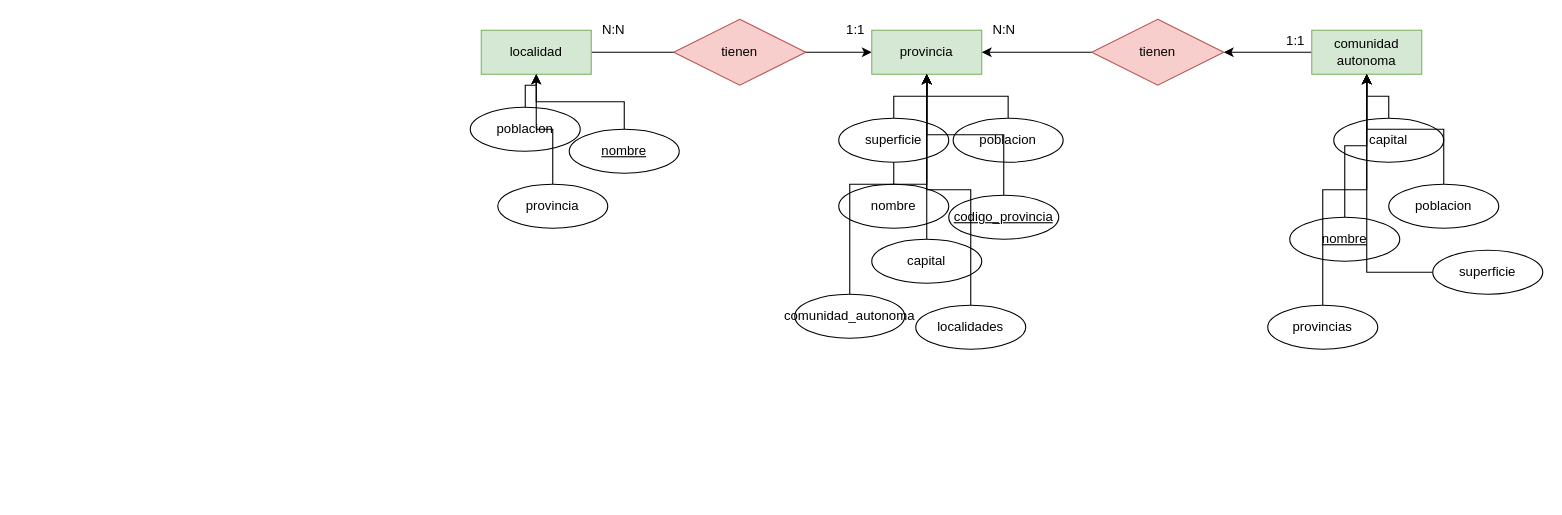
This is Reto 3.drawio from aramossanchez/Diagramas_ER, a draw.io file, before an edit. Source tidied: cells renumbered, new cells numbered last; positions are measured from the earlier drawing's top-left corner, leaving out a move shared by most shapes. Both pictures are drawn from the tidied source at 110%, with x=0, y=0 at pixel (470, 19).
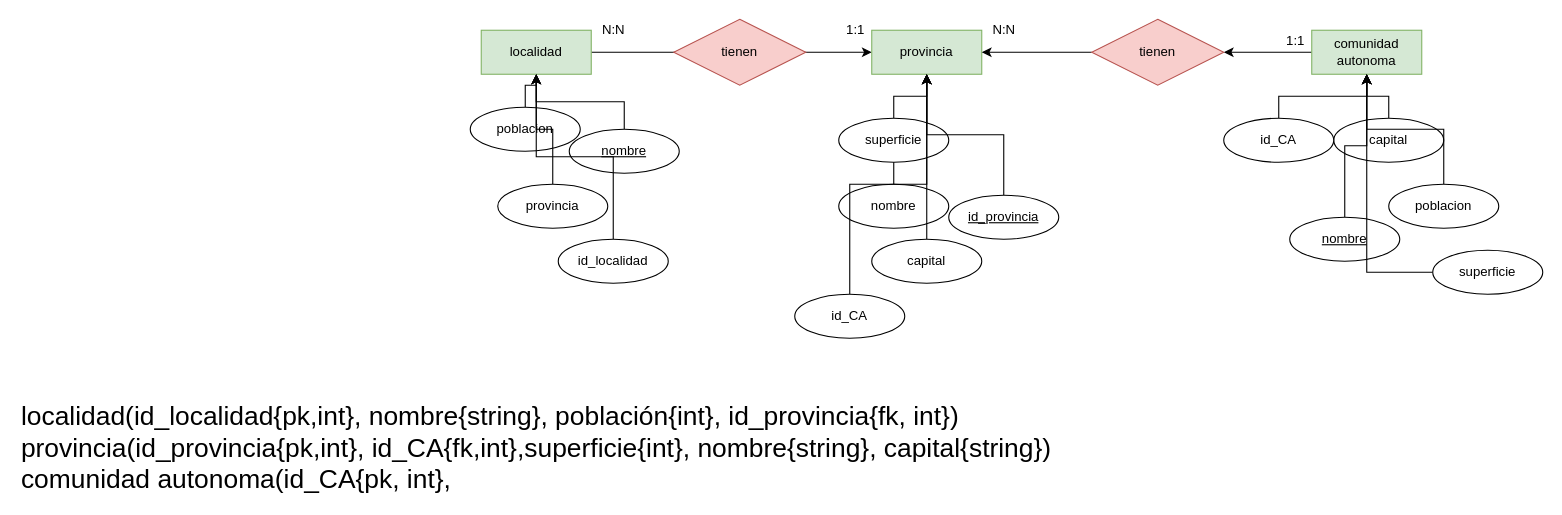
Above is the later version.

Commit message:
subo modelo 3

Unchanged cells that the change refers to:
```xml
<mxCell id="3" value="localidad" style="whiteSpace=wrap;html=1;align=center;fillColor=#d5e8d4;strokeColor=#82b366;" parent="1" vertex="1">
  <mxGeometry x="10" y="10" width="100" height="40" as="geometry" />
</mxCell>
<mxCell id="4" value="provincia" style="whiteSpace=wrap;html=1;align=center;fillColor=#d5e8d4;strokeColor=#82b366;" parent="1" vertex="1">
  <mxGeometry x="365" y="10" width="100" height="40" as="geometry" />
</mxCell>
<mxCell id="6" value="comunidad autonoma" style="whiteSpace=wrap;html=1;align=center;fillColor=#d5e8d4;strokeColor=#82b366;" parent="1" vertex="1">
  <mxGeometry x="765" y="10" width="100" height="40" as="geometry" />
</mxCell>
```

Diff of the diagram source:
```diff
@@
-    <mxCell id="13" style="edgeStyle=orthogonalEdgeStyle;rounded=0;jettySize=auto;html=1;" parent="1" edge="1" source="14" target="4">
-      <mxGeometry relative="1" as="geometry" />
-    </mxCell>
-    <mxCell id="14" value="poblacion" style="ellipse;whiteSpace=wrap;html=1;align=center;" parent="1" vertex="1">
-      <mxGeometry x="439" y="90" width="100" height="40" as="geometry" />
-    </mxCell>
@@
-    <mxCell id="18" value="&lt;u&gt;codigo_provincia&lt;/u&gt;" style="ellipse;whiteSpace=wrap;html=1;align=center;" parent="1" vertex="1">
+    <mxCell id="18" value="&lt;u&gt;id_provincia&lt;/u&gt;" style="ellipse;whiteSpace=wrap;html=1;align=center;" parent="1" vertex="1">
       <mxGeometry x="435" y="160" width="100" height="40" as="geometry" />
     </mxCell>
@@
-    <mxCell id="38" style="edgeStyle=orthogonalEdgeStyle;rounded=0;jettySize=auto;html=1;" parent="1" edge="1" source="39" target="4">
-      <mxGeometry relative="1" as="geometry" />
-    </mxCell>
-    <mxCell id="39" value="localidades" style="ellipse;whiteSpace=wrap;html=1;align=center;" parent="1" vertex="1">
-      <mxGeometry x="405" y="260" width="100" height="40" as="geometry" />
-    </mxCell>
@@
-    <mxCell id="41" value="comunidad_autonoma" style="ellipse;whiteSpace=wrap;html=1;align=center;" parent="1" vertex="1">
+    <mxCell id="41" value="id_CA" style="ellipse;whiteSpace=wrap;html=1;align=center;" parent="1" vertex="1">
       <mxGeometry x="295" y="250" width="100" height="40" as="geometry" />
     </mxCell>
-    <mxCell id="42" style="edgeStyle=orthogonalEdgeStyle;rounded=0;jettySize=auto;html=1;" parent="1" edge="1" source="43" target="6">
-      <mxGeometry relative="1" as="geometry" />
-    </mxCell>
-    <mxCell id="43" value="provincias" style="ellipse;whiteSpace=wrap;html=1;align=center;" parent="1" vertex="1">
-      <mxGeometry x="725" y="260" width="100" height="40" as="geometry" />
-    </mxCell>
+    <mxCell id="44" value="&lt;span style=&quot;font-size: 24px&quot;&gt;localidad(id_localidad{pk,int}, nombre{string}, población{int}, id_provincia{fk, int})&lt;br&gt;provincia(id_provincia{pk,int}, id_CA{fk,int},superficie{int}, nombre{string}, capital{string})&lt;br&gt;comunidad autonoma(id_CA{pk, int},&amp;nbsp;&lt;br&gt;&lt;/span&gt;" style="text;html=1;align=left;verticalAlign=middle;strokeColor=none;fillColor=none;" parent="1" vertex="1">
+      <mxGeometry x="-410" y="360" width="950" height="60" as="geometry" />
+    </mxCell>
+    <mxCell id="45" style="edgeStyle=orthogonalEdgeStyle;rounded=0;jettySize=auto;html=1;" parent="1" edge="1" source="46" target="3">
+      <mxGeometry relative="1" as="geometry" />
+    </mxCell>
+    <mxCell id="46" value="id_localidad" style="ellipse;whiteSpace=wrap;html=1;align=center;" parent="1" vertex="1">
+      <mxGeometry x="80" y="200" width="100" height="40" as="geometry" />
+    </mxCell>
+    <mxCell id="47" style="edgeStyle=orthogonalEdgeStyle;rounded=0;jettySize=auto;html=1;" parent="1" edge="1" source="48" target="6">
+      <mxGeometry relative="1" as="geometry" />
+    </mxCell>
+    <mxCell id="48" value="id_CA" style="ellipse;whiteSpace=wrap;html=1;align=center;" parent="1" vertex="1">
+      <mxGeometry x="685" y="90" width="100" height="40" as="geometry" />
+    </mxCell>
```
